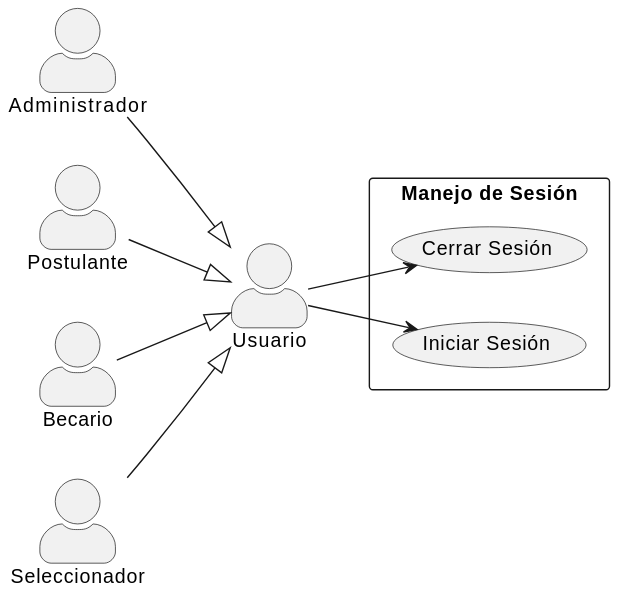
Above: documentos/imagenes/casos_de_uso/diagrams_casos_de_uso/manejo_sesion.svg in Dievex/24-25-IdSw1-SDR (PlantUML), before the change.
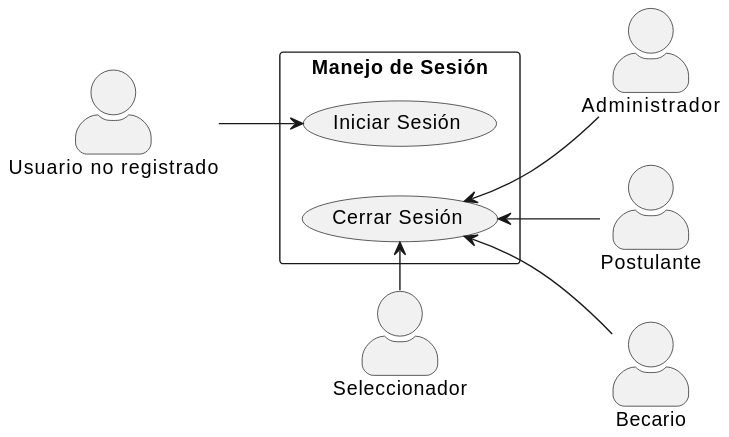
Above is the later version.

Diff of the diagram source:
```diff
@@ -1,22 +1,22 @@
 @startuml
 skinparam actorStyle awesome
 left to right direction
-actor "Usuario" as User
+
 actor "Administrador" as Admin
 actor "Postulante" as Postulante
 actor "Becario" as Becario
 actor "Seleccionador" as Seleccionador
+actor "Usuario no registrado" as NoRegistrado
 
 rectangle "Manejo de Sesión" {
   usecase "Iniciar Sesión" as IniciarSesion
   usecase "Cerrar Sesión" as CerrarSesion
 }
 
-Admin --|>  User
-Seleccionador --|>  User
-Postulante --|> User
-Becario --|> User
 
-User --> IniciarSesion
-User --> CerrarSesion
+NoRegistrado --> IniciarSesion
+Admin -u-> CerrarSesion
+Postulante -u-> CerrarSesion
+Becario -u-> CerrarSesion
+Seleccionador -r-> CerrarSesion
 @enduml
```
